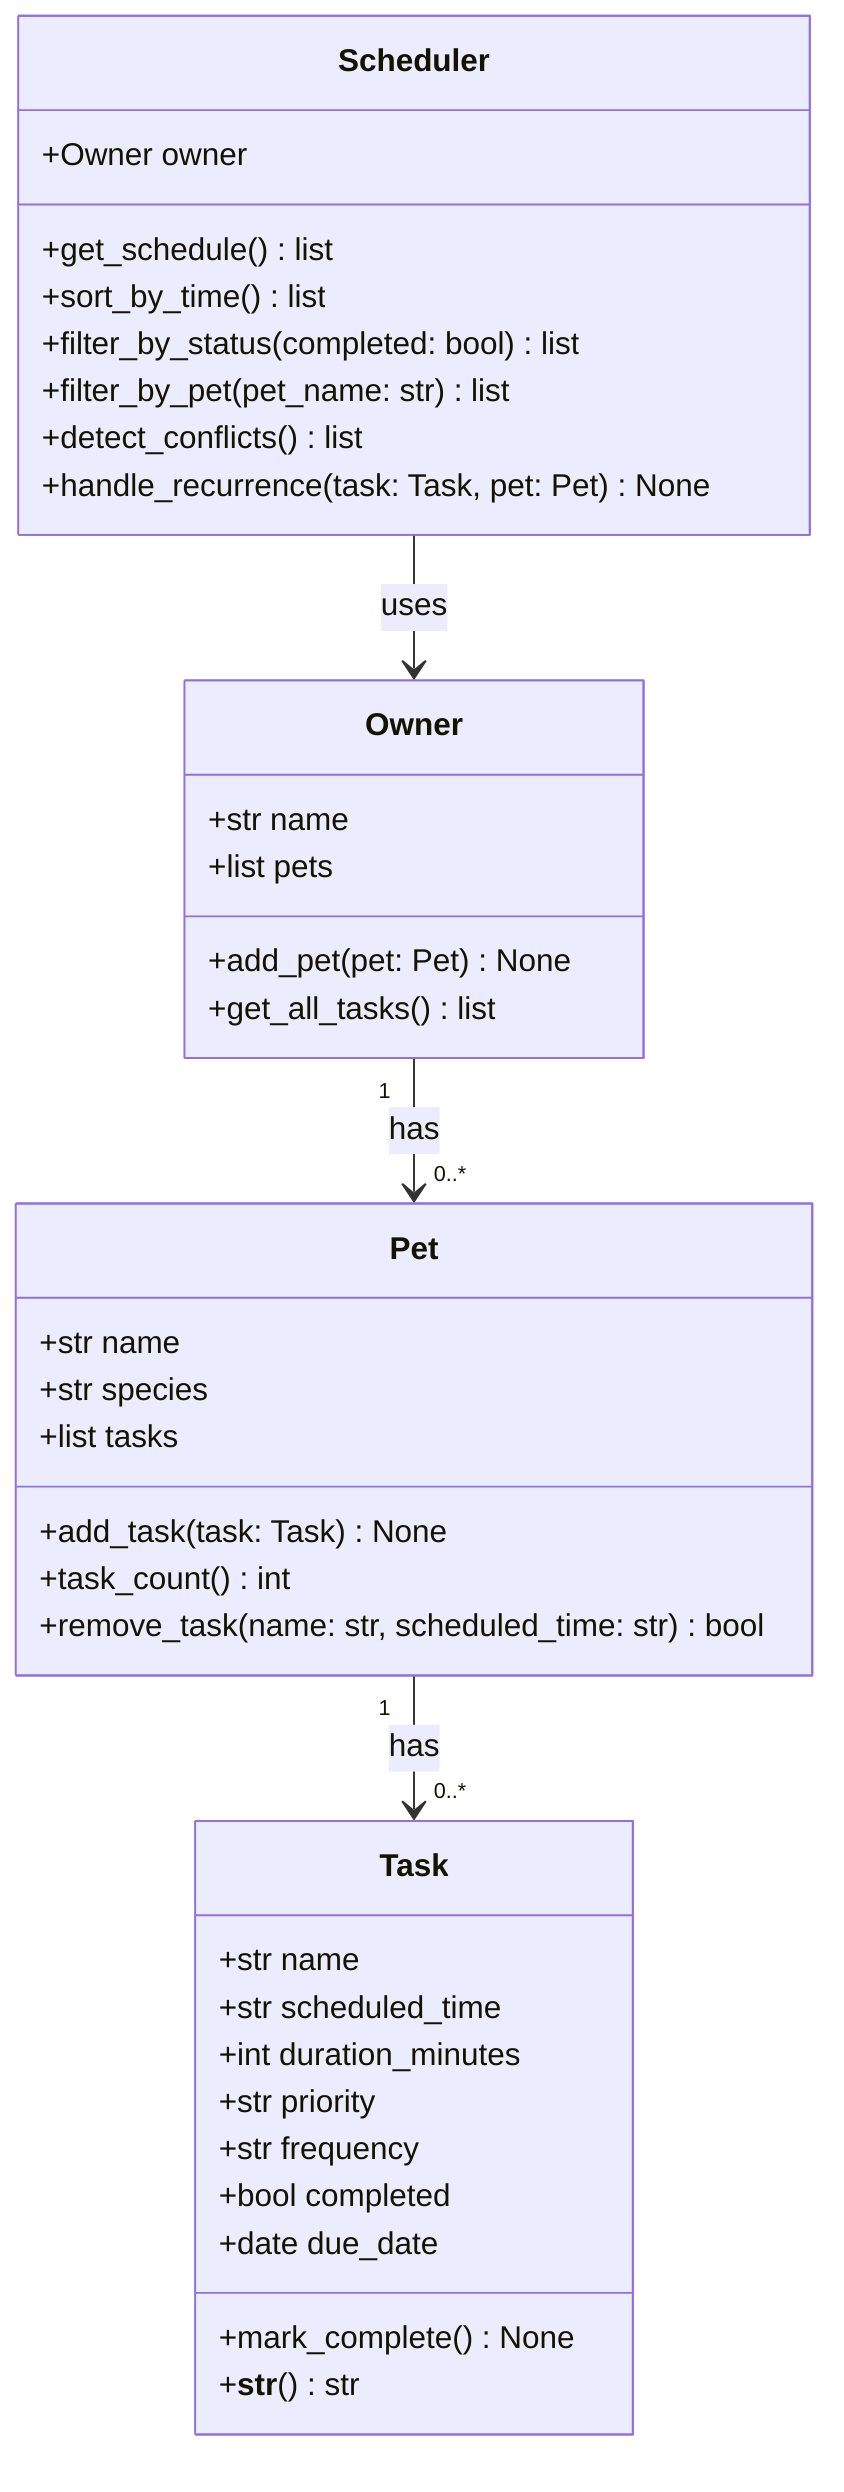
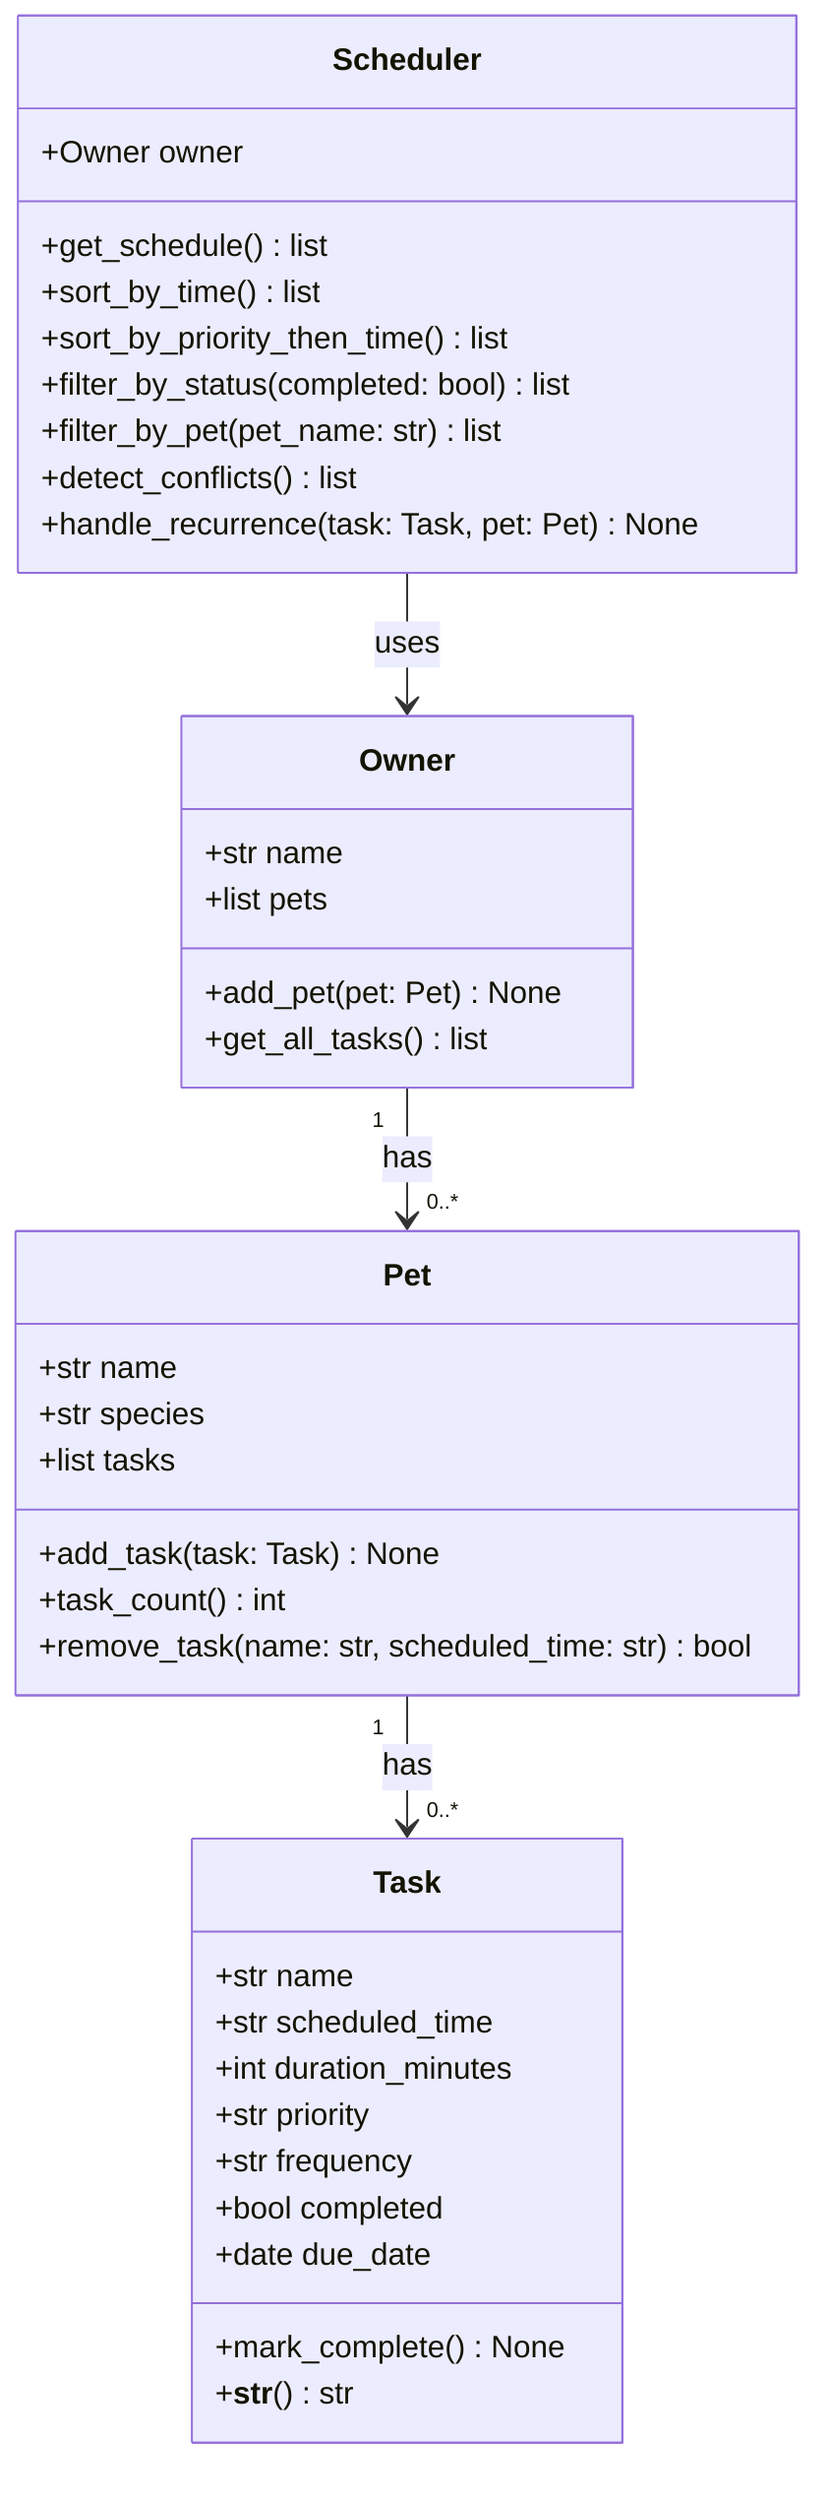
classDiagram
    class Task {
        +str name
        +str scheduled_time
        +int duration_minutes
        +str priority
        +str frequency
        +bool completed
        +date due_date
        +mark_complete() None
        +__str__() str
    }

    class Pet {
        +str name
        +str species
        +list tasks
        +add_task(task: Task) None
        +task_count() int
        +remove_task(name: str, scheduled_time: str) bool
    }

    class Owner {
        +str name
        +list pets
        +add_pet(pet: Pet) None
        +get_all_tasks() list
    }

    class Scheduler {
        +Owner owner
        +get_schedule() list
        +sort_by_time() list
+         +sort_by_priority_then_time() list
        +filter_by_status(completed: bool) list
        +filter_by_pet(pet_name: str) list
        +detect_conflicts() list
        +handle_recurrence(task: Task, pet: Pet) None
    }

    Owner "1" --> "0..*" Pet : has
    Pet "1" --> "0..*" Task : has
    Scheduler --> Owner : uses
